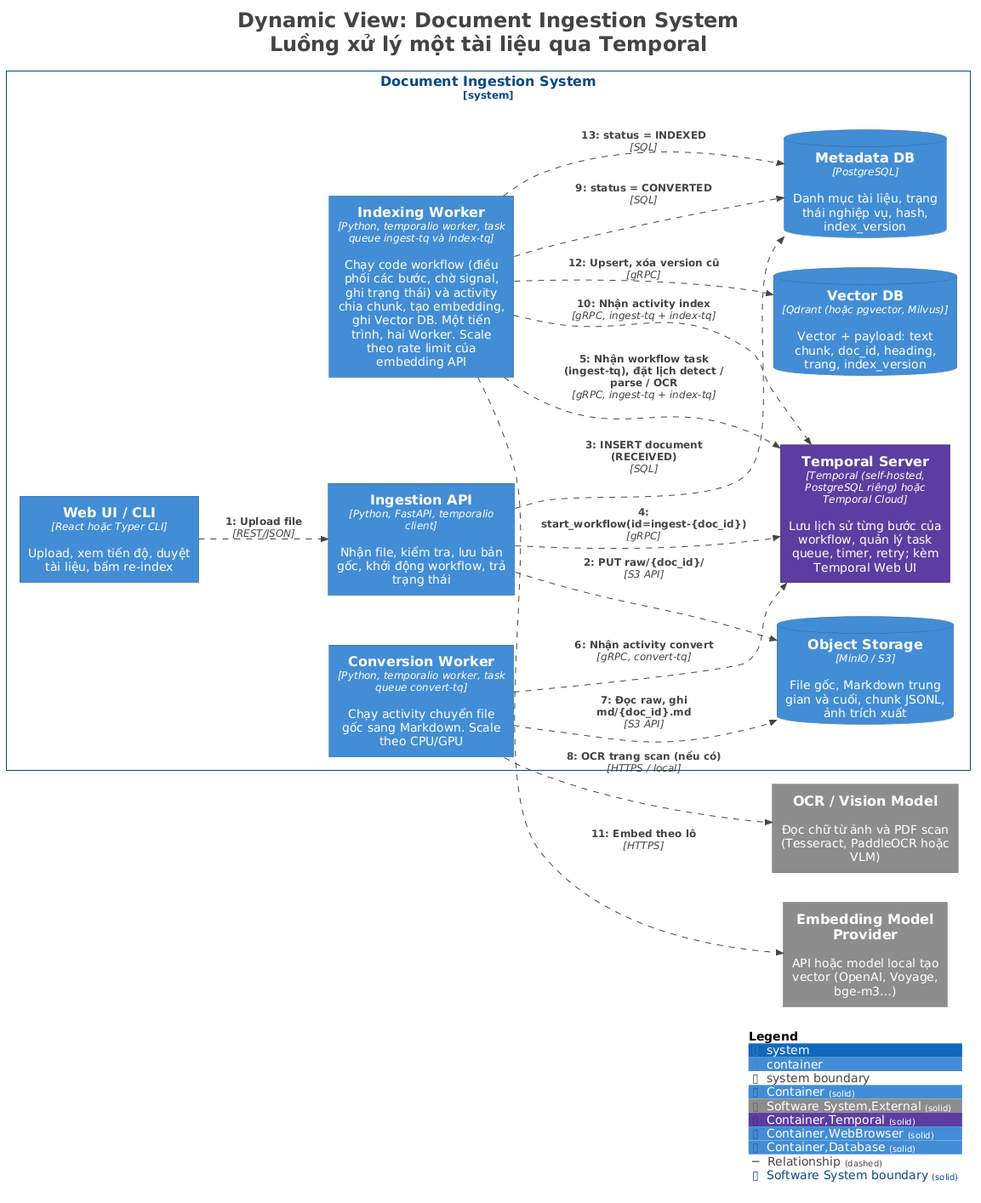
The PlantUML diagram docs/architecture/diagrams/L2-Flow-Ingestion.png in duypon2601/mdDocument, before a commit.
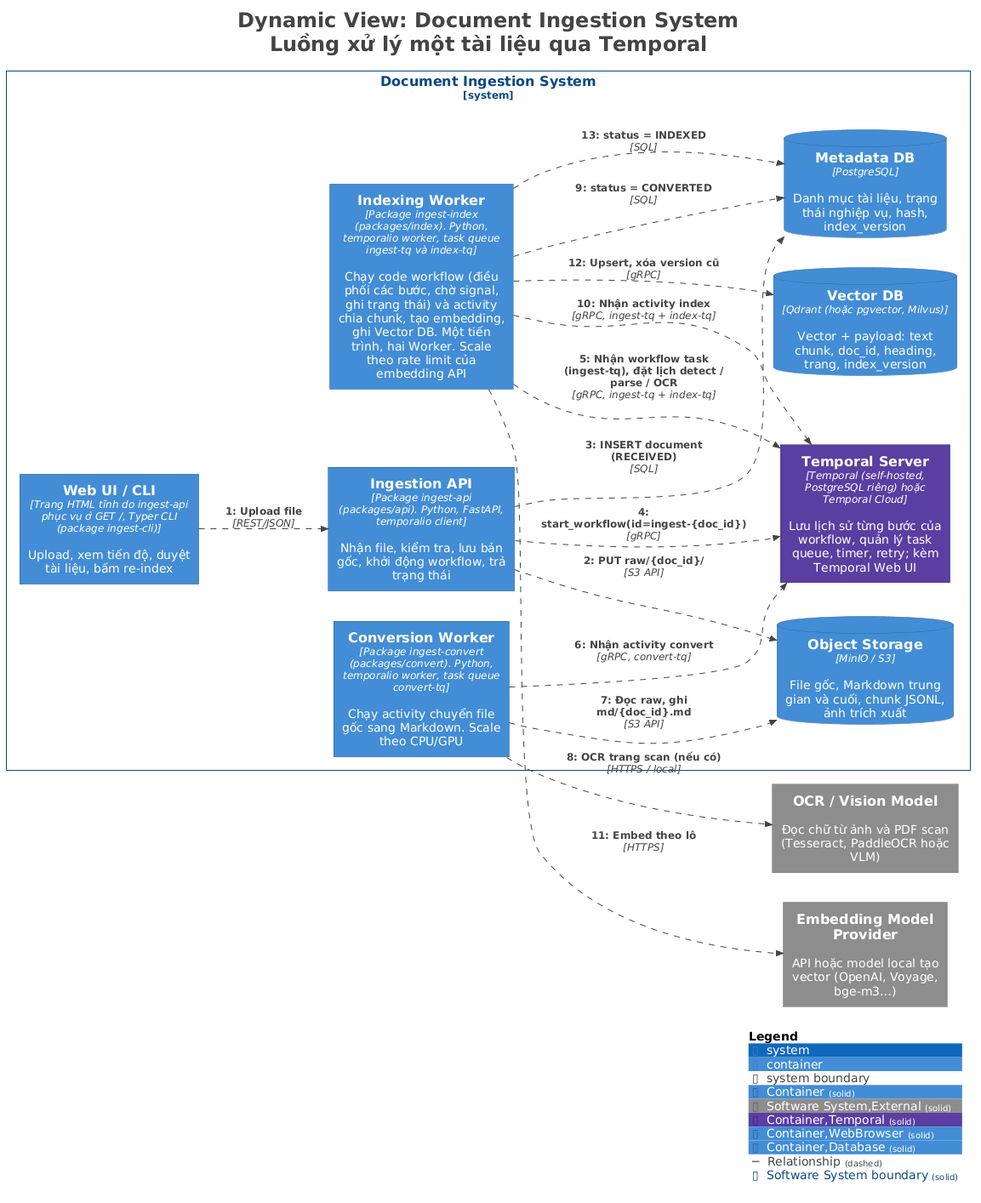
Later version of the same file.

Change to the diagram source:
```diff
@@ -27,13 +27,13 @@
 
 System_Boundary("DocumentIngestionSystem_boundary", "Document Ingestion System", $tags="Software System") {
   Container(DocumentIngestionSystem.TemporalServer, "Temporal Server", $techn="Temporal (self-hosted, PostgreSQL riêng) hoặc Temporal Cloud", $descr="Lưu lịch sử từng bước của workflow, quản lý task queue, timer, retry; kèm Temporal Web UI", $tags="Container,Temporal", $link="")
-  Container(DocumentIngestionSystem.ConversionWorker, "Conversion Worker", $techn="Python, temporalio worker, task queue convert-tq", $descr="Chạy activity chuyển file gốc sang Markdown. Scale theo CPU/GPU", $tags="Container", $link="")
-  Container(DocumentIngestionSystem.IndexingWorker, "Indexing Worker", $techn="Python, temporalio worker, task queue ingest-tq và index-tq", $descr="Chạy code workflow (điều phối các bước, chờ signal, ghi trạng thái) và activity chia chunk, tạo embedding, ghi Vector DB. Một tiến trình, hai Worker. Scale theo rate limit của embedding API", $tags="Container", $link="")
+  Container(DocumentIngestionSystem.ConversionWorker, "Conversion Worker", $techn="Package ingest-convert (packages/convert). Python, temporalio worker, task queue convert-tq", $descr="Chạy activity chuyển file gốc sang Markdown. Scale theo CPU/GPU", $tags="Container", $link="")
+  Container(DocumentIngestionSystem.IndexingWorker, "Indexing Worker", $techn="Package ingest-index (packages/index). Python, temporalio worker, task queue ingest-tq và index-tq", $descr="Chạy code workflow (điều phối các bước, chờ signal, ghi trạng thái) và activity chia chunk, tạo embedding, ghi Vector DB. Một tiến trình, hai Worker. Scale theo rate limit của embedding API", $tags="Container", $link="")
   ContainerDb(DocumentIngestionSystem.ObjectStorage, "Object Storage", $techn="MinIO / S3", $descr="File gốc, Markdown trung gian và cuối, chunk JSONL, ảnh trích xuất", $tags="Container,Database", $link="")
   ContainerDb(DocumentIngestionSystem.MetadataDB, "Metadata DB", $techn="PostgreSQL", $descr="Danh mục tài liệu, trạng thái nghiệp vụ, hash, index_version", $tags="Container,Database", $link="")
   ContainerDb(DocumentIngestionSystem.VectorDB, "Vector DB", $techn="Qdrant (hoặc pgvector, Milvus)", $descr="Vector + payload: text chunk, doc_id, heading, trang, index_version", $tags="Container,Database", $link="")
-  Container(DocumentIngestionSystem.WebUICLI, "Web UI / CLI", $techn="React hoặc Typer CLI", $descr="Upload, xem tiến độ, duyệt tài liệu, bấm re-index", $tags="Container,WebBrowser", $link="")
-  Container(DocumentIngestionSystem.IngestionAPI, "Ingestion API", $techn="Python, FastAPI, temporalio client", $descr="Nhận file, kiểm tra, lưu bản gốc, khởi động workflow, trả trạng thái", $tags="Container", $link="")
+  Container(DocumentIngestionSystem.WebUICLI, "Web UI / CLI", $techn="Trang HTML tĩnh do ingest-api phục vụ ở GET /, Typer CLI (package ingest-cli)", $descr="Upload, xem tiến độ, duyệt tài liệu, bấm re-index", $tags="Container,WebBrowser", $link="")
+  Container(DocumentIngestionSystem.IngestionAPI, "Ingestion API", $techn="Package ingest-api (packages/api). Python, FastAPI, temporalio client", $descr="Nhận file, kiểm tra, lưu bản gốc, khởi động workflow, trả trạng thái", $tags="Container", $link="")
 }
 
 System(EmbeddingModelProvider, "Embedding Model Provider", $descr="API hoặc model local tạo vector (OpenAI, Voyage, bge-m3…)", $tags="Software System,External", $link="")
```
